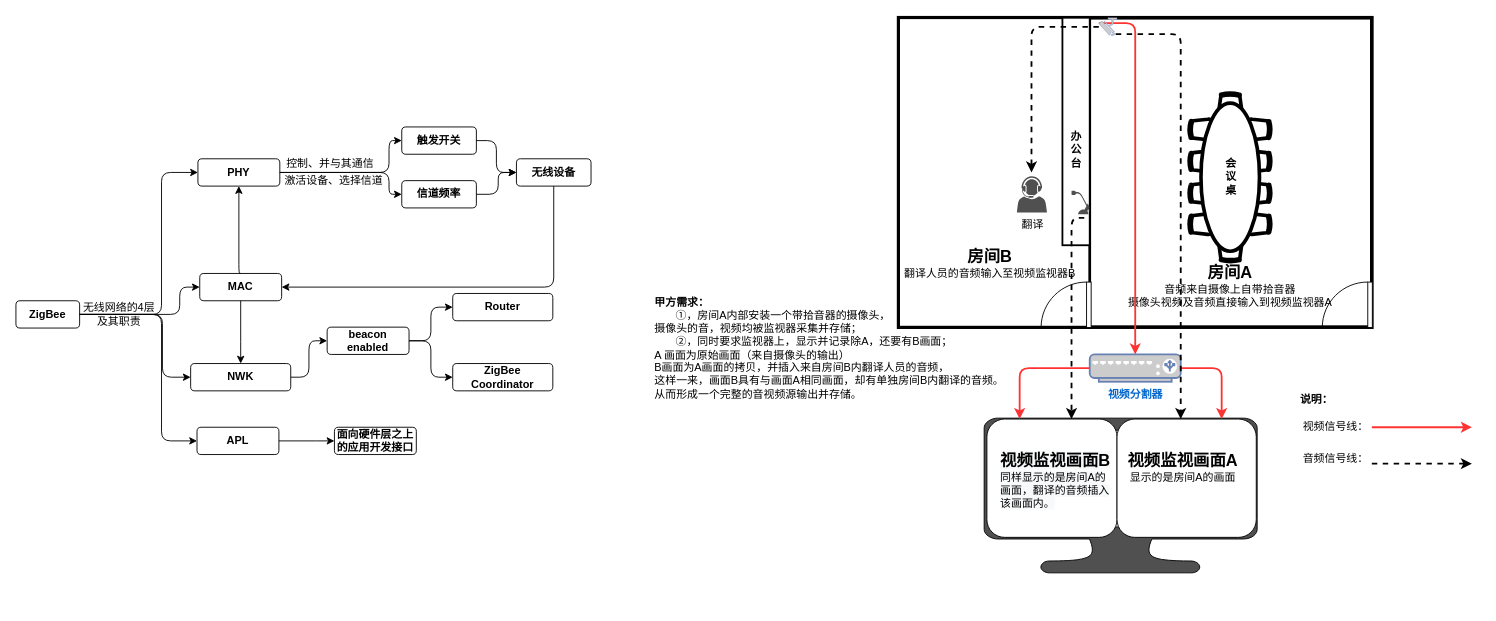
Above: 讯尔市场调研会议室方案.drawio in UTOUUCENTER-CD/Adv-Mathematics (draw.io), before the change. Source tidied: cells renumbered, new cells numbered last; positions are measured from the earlier drawing's top-left corner, leaving out a move shared by most shapes. Both pictures are drawn from the tidied source at 91%, with x=0, y=0 at pixel (15, 17).
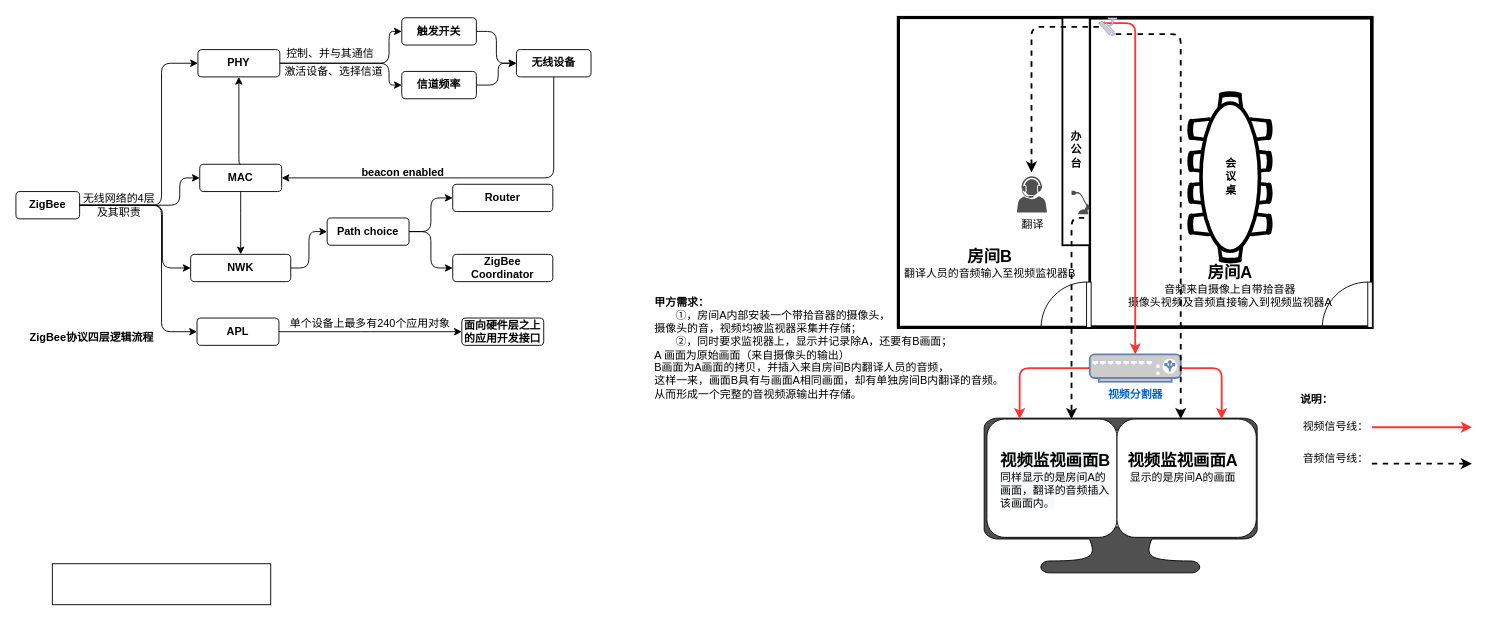
The same page after the edit.

Commit message (it also covers changes not shown here):
Update 讯尔市场调研会议室方案.drawio

What changed in the source:
```diff
@@
     <mxCell id="44" value="&lt;b&gt;ZigBee&lt;/b&gt;" style="rounded=1;whiteSpace=wrap;html=1;" parent="1" vertex="1">
-      <mxGeometry y="311" width="70" height="30" as="geometry" />
+      <mxGeometry y="191" width="70" height="30" as="geometry" />
     </mxCell>
     <mxCell id="45" style="edgeStyle=elbowEdgeStyle;elbow=horizontal;endArrow=classic;html=1;exitX=1;exitY=0.5;exitDx=0;exitDy=0;" parent="1" edge="1" source="44">
       <mxGeometry relative="1" as="geometry">
-        <mxPoint x="200" y="170" as="targetPoint" />
+        <mxPoint x="200" y="50" as="targetPoint" />
         <Array as="points">
-          <mxPoint x="160" y="190" />
+          <mxPoint x="160" y="70" />
         </Array>
       </mxGeometry>
     </mxCell>
     <mxCell id="46" value="&lt;b&gt;PHY&lt;/b&gt;" style="rounded=1;whiteSpace=wrap;html=1;" parent="1" vertex="1">
-      <mxGeometry x="200" y="155" width="90" height="30" as="geometry" />
+      <mxGeometry x="200" y="35" width="90" height="30" as="geometry" />
     </mxCell>
-    <mxCell id="47" value="&lt;b&gt;beacon enabled&lt;/b&gt;" style="rounded=1;whiteSpace=wrap;html=1;" parent="1" vertex="1">
-      <mxGeometry x="342" y="340" width="90" height="30" as="geometry" />
+    <mxCell id="47" value="&lt;b&gt;Path choice&lt;/b&gt;" style="rounded=1;whiteSpace=wrap;html=1;" parent="1" vertex="1">
+      <mxGeometry x="342" y="220" width="90" height="30" as="geometry" />
     </mxCell>
     <mxCell id="48" value="&lt;b&gt;MAC&lt;/b&gt;" style="rounded=1;whiteSpace=wrap;html=1;" parent="1" vertex="1">
-      <mxGeometry x="202" y="281" width="90" height="30" as="geometry" />
+      <mxGeometry x="202" y="161" width="90" height="30" as="geometry" />
     </mxCell>
     <mxCell id="49" value="&lt;b&gt;NWK&lt;/b&gt;" style="rounded=1;whiteSpace=wrap;html=1;" parent="1" vertex="1">
-      <mxGeometry x="192" y="380" width="110" height="30" as="geometry" />
+      <mxGeometry x="192" y="260" width="110" height="30" as="geometry" />
     </mxCell>
     <mxCell id="50" style="edgeStyle=elbowEdgeStyle;elbow=horizontal;endArrow=classic;html=1;exitX=1;exitY=0.5;exitDx=0;exitDy=0;entryX=0;entryY=0.5;entryDx=0;entryDy=0;" parent="1" edge="1" source="46" target="56">
       <mxGeometry relative="1" as="geometry">
         <Array as="points">
-          <mxPoint x="410" y="160" />
+          <mxPoint x="410" y="40" />
         </Array>
       </mxGeometry>
     </mxCell>
     <mxCell id="51" value="控制、并与其通信" style="text;html=1;align=center;verticalAlign=middle;" parent="1" vertex="1">
-      <mxGeometry x="290" y="150" width="110" height="20" as="geometry" />
+      <mxGeometry x="290" y="30" width="110" height="20" as="geometry" />
     </mxCell>
     <mxCell id="52" value="激活设备、选择信道" style="text;html=1;align=center;verticalAlign=middle;" parent="1" vertex="1">
-      <mxGeometry x="289" y="169" width="120" height="20" as="geometry" />
+      <mxGeometry x="289" y="49" width="120" height="20" as="geometry" />
     </mxCell>
     <mxCell id="53" style="edgeStyle=elbowEdgeStyle;elbow=horizontal;endArrow=classic;html=1;exitX=0.5;exitY=0;exitDx=0;exitDy=0;entryX=0.5;entryY=1;entryDx=0;entryDy=0;" parent="1" edge="1" source="48" target="46">
       <mxGeometry relative="1" as="geometry">
         <Array as="points">
-          <mxPoint x="245" y="240" />
+          <mxPoint x="245" y="120" />
         </Array>
       </mxGeometry>
     </mxCell>
@@
     <mxCell id="56" value="&lt;b&gt;触发开关&lt;/b&gt;" style="rounded=1;whiteSpace=wrap;html=1;" parent="1" vertex="1">
-      <mxGeometry x="424" y="120" width="82" height="30" as="geometry" />
+      <mxGeometry x="424" width="82" height="30" as="geometry" />
     </mxCell>
     <mxCell id="57" value="&lt;b&gt;信道频率&lt;/b&gt;" style="rounded=1;whiteSpace=wrap;html=1;" parent="1" vertex="1">
-      <mxGeometry x="424" y="179" width="82" height="30" as="geometry" />
+      <mxGeometry x="424" y="59" width="82" height="30" as="geometry" />
     </mxCell>
     <mxCell id="58" style="edgeStyle=elbowEdgeStyle;elbow=horizontal;endArrow=classic;html=1;exitX=1;exitY=0.5;exitDx=0;exitDy=0;entryX=0;entryY=0.5;entryDx=0;entryDy=0;" parent="1" edge="1" source="46" target="57">
       <mxGeometry relative="1" as="geometry">
         <Array as="points">
-          <mxPoint x="410" y="180" />
-          <mxPoint x="390" y="180" />
+          <mxPoint x="410" y="60" />
+          <mxPoint x="390" y="60" />
         </Array>
       </mxGeometry>
     </mxCell>
     <mxCell id="59" value="&lt;b&gt;无线设备&lt;/b&gt;" style="rounded=1;whiteSpace=wrap;html=1;" parent="1" vertex="1">
-      <mxGeometry x="550" y="155" width="82" height="30" as="geometry" />
+      <mxGeometry x="550" y="35" width="82" height="30" as="geometry" />
     </mxCell>
@@
     <mxCell id="61" style="edgeStyle=elbowEdgeStyle;elbow=horizontal;endArrow=classic;html=1;exitX=1;exitY=0.5;exitDx=0;exitDy=0;entryX=0;entryY=0.5;entryDx=0;entryDy=0;" parent="1" edge="1" source="57" target="59">
       <mxGeometry relative="1" as="geometry">
         <Array as="points">
-          <mxPoint x="530" y="180" />
+          <mxPoint x="530" y="60" />
         </Array>
       </mxGeometry>
     </mxCell>
     <mxCell id="62" style="edgeStyle=elbowEdgeStyle;elbow=horizontal;endArrow=classic;html=1;exitX=0.5;exitY=1;exitDx=0;exitDy=0;entryX=1;entryY=0.5;entryDx=0;entryDy=0;" parent="1" edge="1" source="59" target="48">
       <mxGeometry relative="1" as="geometry">
         <Array as="points">
-          <mxPoint x="591" y="200" />
-          <mxPoint x="270" y="210" />
-          <mxPoint x="270" y="260" />
-          <mxPoint x="550" y="260" />
-          <mxPoint x="390" y="220" />
-          <mxPoint x="268" y="220" />
-          <mxPoint x="330" y="300" />
-          <mxPoint x="550" y="210" />
-          <mxPoint x="268" y="200" />
+          <mxPoint x="591" y="80" />
+          <mxPoint x="270" y="90" />
+          <mxPoint x="270" y="140" />
+          <mxPoint x="550" y="140" />
+          <mxPoint x="390" y="100" />
+          <mxPoint x="268" y="100" />
+          <mxPoint x="330" y="180" />
+          <mxPoint x="550" y="90" />
+          <mxPoint x="268" y="80" />
         </Array>
       </mxGeometry>
     </mxCell>
     <mxCell id="63" value="&lt;b&gt;APL&lt;/b&gt;" style="rounded=1;whiteSpace=wrap;html=1;" parent="1" vertex="1">
-      <mxGeometry x="199" y="450" width="90" height="30" as="geometry" />
+      <mxGeometry x="199" y="330" width="90" height="30" as="geometry" />
     </mxCell>
     <mxCell id="64" value="&lt;b&gt;ZigBee Coordinator&lt;/b&gt;" style="rounded=1;whiteSpace=wrap;html=1;" parent="1" vertex="1">
-      <mxGeometry x="480" y="380" width="110" height="30" as="geometry" />
+      <mxGeometry x="480" y="260" width="110" height="30" as="geometry" />
     </mxCell>
     <mxCell id="65" value="&lt;b&gt;Router&lt;/b&gt;" style="rounded=1;whiteSpace=wrap;html=1;" parent="1" vertex="1">
-      <mxGeometry x="480" y="303" width="110" height="30" as="geometry" />
+      <mxGeometry x="480" y="183" width="110" height="30" as="geometry" />
     </mxCell>
@@
     <mxCell id="68" style="edgeStyle=elbowEdgeStyle;elbow=horizontal;endArrow=classic;html=1;exitX=1;exitY=0.5;exitDx=0;exitDy=0;entryX=0;entryY=0.5;entryDx=0;entryDy=0;" parent="1" edge="1" source="44" target="63">
       <mxGeometry relative="1" as="geometry">
         <Array as="points">
-          <mxPoint x="160" y="370" />
+          <mxPoint x="160" y="250" />
         </Array>
       </mxGeometry>
     </mxCell>
     <mxCell id="69" value="&lt;b&gt;面向硬件层之上的应用开发接口&lt;/b&gt;" style="rounded=1;whiteSpace=wrap;html=1;" parent="1" vertex="1">
-      <mxGeometry x="350" y="450" width="90" height="30" as="geometry" />
+      <mxGeometry x="490" y="330" width="90" height="30" as="geometry" />
     </mxCell>
     <mxCell id="70" style="edgeStyle=elbowEdgeStyle;elbow=horizontal;endArrow=classic;html=1;exitX=1;exitY=0.5;exitDx=0;exitDy=0;entryX=0;entryY=0.5;entryDx=0;entryDy=0;" parent="1" edge="1" source="44" target="48">
       <mxGeometry relative="1" as="geometry">
         <Array as="points">
-          <mxPoint x="180" y="296" />
-          <mxPoint x="160" y="260" />
+          <mxPoint x="180" y="176" />
+          <mxPoint x="160" y="140" />
         </Array>
       </mxGeometry>
     </mxCell>
     <mxCell id="71" style="edgeStyle=elbowEdgeStyle;elbow=horizontal;endArrow=classic;html=1;exitX=1;exitY=0.5;exitDx=0;exitDy=0;entryX=0;entryY=0.5;entryDx=0;entryDy=0;" parent="1" edge="1" source="44" target="49">
       <mxGeometry relative="1" as="geometry">
         <Array as="points">
-          <mxPoint x="161" y="340" />
+          <mxPoint x="161" y="220" />
         </Array>
       </mxGeometry>
     </mxCell>
     <mxCell id="72" value="无线网络的4层&lt;br&gt;及其职责" style="text;html=1;align=center;verticalAlign=middle;" parent="1" vertex="1">
-      <mxGeometry x="68" y="311.4" width="90" height="30" as="geometry" />
+      <mxGeometry x="68" y="191.4" width="90" height="30" as="geometry" />
     </mxCell>
@@
+    <mxCell id="74" value="&lt;b&gt;beacon enabled&lt;/b&gt;" style="text;html=1;align=center;verticalAlign=middle;" parent="1" vertex="1">
+      <mxGeometry x="370" y="160" width="110" height="20" as="geometry" />
+    </mxCell>
+    <mxCell id="75" value="单个设备上最多有240个应用对象" style="text;html=1;align=center;verticalAlign=middle;" parent="1" vertex="1">
+      <mxGeometry x="294" y="326" width="190" height="20" as="geometry" />
+    </mxCell>
+    <mxCell id="76" style="rounded=0;whiteSpace=wrap;html=1;" parent="1" vertex="1">
+      <mxGeometry x="40" y="600" width="240" height="45" as="geometry" />
+    </mxCell>
+    <mxCell id="77" value="&lt;b&gt;ZigBee协议四层逻辑流程&lt;/b&gt;" style="text;html=1;align=center;verticalAlign=middle;" parent="1" vertex="1">
+      <mxGeometry x="8" y="342" width="150" height="20" as="geometry" />
+    </mxCell>
```
